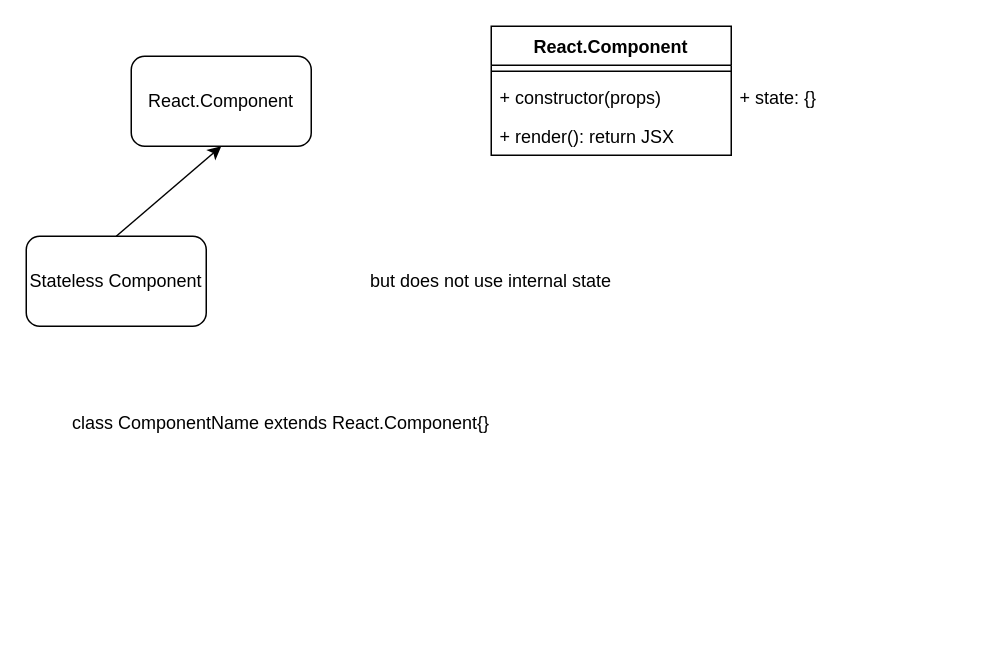
Before: page "02-2 - (stateless)comp w/ ES6 class" (5 of 23) of Diagram.drawio in f2xiao/learn-react, a draw.io diagram. Source tidied: cells renumbered, new cells numbered last; positions are measured from the earlier drawing's top-left corner, leaving out a move shared by most shapes. Both pictures are drawn from the tidied source at 150%, with x=0, y=0 at pixel (26, 26).
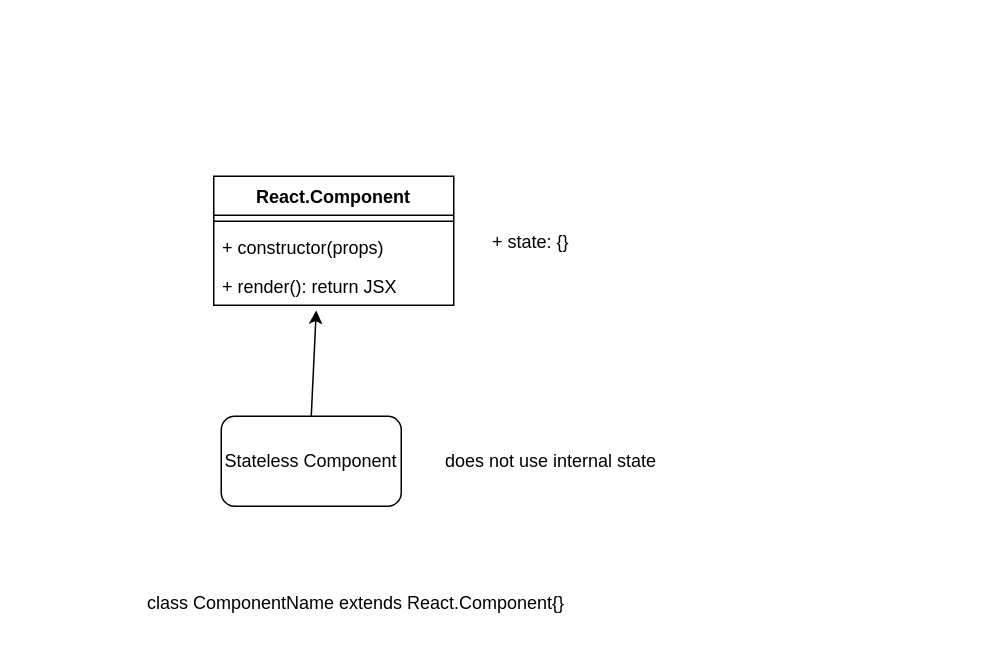
The same page after the edit.

The edit, as a diff of the source:
```diff
@@
 <mxGraphModel>
   <root>
     <mxCell id="0" />
     <mxCell id="1" parent="0" />
     <mxCell id="2" value="Stateless Component" style="rounded=1;whiteSpace=wrap;html=1;" parent="1" vertex="1">
-      <mxGeometry y="140" width="120" height="60" as="geometry" />
+      <mxGeometry x="130" y="260" width="120" height="60" as="geometry" />
     </mxCell>
-    <mxCell id="3" value="React.Component" style="rounded=1;whiteSpace=wrap;html=1;" parent="1" vertex="1">
-      <mxGeometry x="70" y="20" width="120" height="60" as="geometry" />
-    </mxCell>
-    <mxCell id="4" style="endArrow=classic;html=1;rounded=0;exitX=0.5;exitY=0;exitDx=0;exitDy=0;entryX=0.5;entryY=1;entryDx=0;entryDy=0;" parent="1" edge="1" source="2" target="3">
+    <mxCell id="4" style="endArrow=classic;html=1;rounded=0;exitX=0.5;exitY=0;exitDx=0;exitDy=0;entryX=0.427;entryY=1.133;entryDx=0;entryDy=0;entryPerimeter=0;" parent="1" edge="1" source="2" target="8">
       <mxGeometry relative="1" as="geometry" />
     </mxCell>
     <mxCell id="5" value="React.Component" style="swimlane;fontStyle=1;align=center;verticalAlign=top;horizontal=1;startSize=26;" parent="1" vertex="1">
-      <mxGeometry x="310" width="160" height="86" as="geometry" />
+      <mxGeometry x="125" y="100" width="160" height="86" as="geometry" />
     </mxCell>
     <mxCell id="6" style="line;strokeWidth=1;fillColor=none;align=left;verticalAlign=middle;spacingTop=-1;spacingLeft=3;spacingRight=3;labelPosition=right;" parent="5" vertex="1">
       <mxGeometry y="26" width="160" height="8" as="geometry" />
     </mxCell>
     <mxCell id="7" value="+ constructor(props)" style="text;strokeColor=none;fillColor=none;align=left;verticalAlign=top;spacingLeft=4;spacingRight=4;overflow=hidden;" parent="5" vertex="1">
       <mxGeometry y="34" width="160" height="26" as="geometry" />
     </mxCell>
     <mxCell id="8" value="+ render(): return JSX&#10;" style="text;strokeColor=none;fillColor=none;align=left;verticalAlign=top;spacingLeft=4;spacingRight=4;overflow=hidden;points=[[0,0.5],[1,0.5]];portConstraint=eastwest;" parent="5" vertex="1">
       <mxGeometry y="60" width="160" height="26" as="geometry" />
     </mxCell>
-    <mxCell id="9" value="but does not use internal state" style="text;html=1;strokeColor=none;fillColor=none;align=center;verticalAlign=middle;whiteSpace=wrap;rounded=0;" parent="1" vertex="1">
-      <mxGeometry x="160" y="155" width="300" height="30" as="geometry" />
+    <mxCell id="9" value="does not use internal state" style="text;html=1;strokeColor=none;fillColor=none;align=center;verticalAlign=middle;whiteSpace=wrap;rounded=0;" parent="1" vertex="1">
+      <mxGeometry x="270" y="275" width="160" height="30" as="geometry" />
     </mxCell>
     <mxCell id="10" value="class ComponentName extends React.Component{}" style="text;html=1;strokeColor=none;fillColor=none;align=center;verticalAlign=middle;whiteSpace=wrap;rounded=0;" parent="1" vertex="1">
-      <mxGeometry x="20" y="250" width="300" height="30" as="geometry" />
+      <mxGeometry x="70" y="370" width="300" height="30" as="geometry" />
     </mxCell>
     <mxCell id="11" value="+ state: {}" style="text;strokeColor=none;fillColor=none;align=left;verticalAlign=top;spacingLeft=4;spacingRight=4;overflow=hidden;" parent="1" vertex="1">
-      <mxGeometry x="470" y="34" width="160" height="26" as="geometry" />
+      <mxGeometry x="305" y="130" width="70" height="26" as="geometry" />
     </mxCell>
   </root>
 </mxGraphModel>
```
